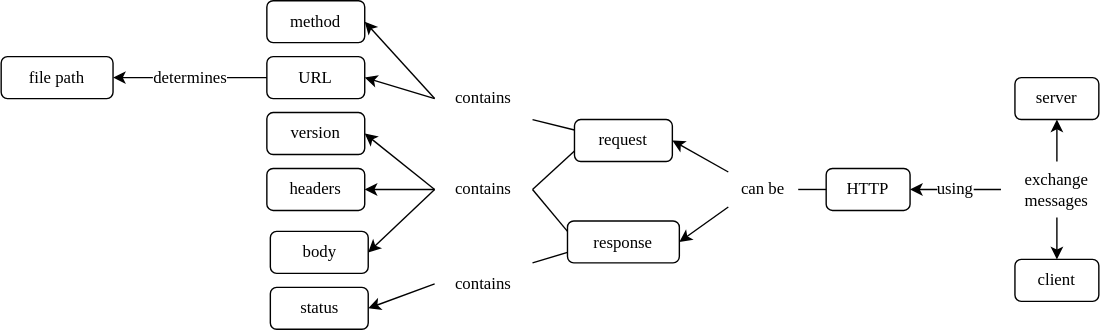
Above: src/http/concept_map.svg in gvwilson/sdxpy (draw.io), before the change. Source tidied: cells renumbered, new cells last; positions are measured from the earlier drawing's top-left corner, leaving out a move shared by most shapes. Source of this version:
```xml
<mxGraphModel>
  <root>
    <mxCell id="0" />
    <mxCell id="1" parent="0" />
    <mxCell id="2" value="client" style="text;html=1;strokeColor=default;fillColor=none;align=center;verticalAlign=middle;whiteSpace=wrap;rounded=1;hachureGap=4;fontFamily=Verdana;fontSize=12;" parent="1" vertex="1">
      <mxGeometry x="725" y="185" width="60" height="30" as="geometry" />
    </mxCell>
    <mxCell id="3" value="server" style="text;html=1;strokeColor=default;fillColor=none;align=center;verticalAlign=middle;whiteSpace=wrap;rounded=1;hachureGap=4;fontFamily=Verdana;fontSize=12;" parent="1" vertex="1">
      <mxGeometry x="725" y="55" width="60" height="30" as="geometry" />
    </mxCell>
    <mxCell id="4" value="HTTP" style="text;html=1;strokeColor=default;fillColor=none;align=center;verticalAlign=middle;whiteSpace=wrap;rounded=1;hachureGap=4;fontFamily=Verdana;fontSize=12;" parent="1" vertex="1">
      <mxGeometry x="590" y="120" width="60" height="30" as="geometry" />
    </mxCell>
    <mxCell id="5" value="request" style="text;html=1;strokeColor=default;fillColor=none;align=center;verticalAlign=middle;whiteSpace=wrap;rounded=1;hachureGap=4;fontFamily=Verdana;fontSize=12;" parent="1" vertex="1">
      <mxGeometry x="410" y="85" width="70" height="30" as="geometry" />
    </mxCell>
    <mxCell id="6" value="response" style="text;html=1;strokeColor=default;fillColor=none;align=center;verticalAlign=middle;whiteSpace=wrap;rounded=1;hachureGap=4;fontFamily=Verdana;fontSize=12;" parent="1" vertex="1">
      <mxGeometry x="405" y="157.5" width="80" height="30" as="geometry" />
    </mxCell>
    <mxCell id="7" value="method" style="text;html=1;strokeColor=default;fillColor=none;align=center;verticalAlign=middle;whiteSpace=wrap;rounded=1;hachureGap=4;fontFamily=Verdana;fontSize=12;" parent="1" vertex="1">
      <mxGeometry x="190" width="70" height="30" as="geometry" />
    </mxCell>
    <mxCell id="8" value="URL" style="text;html=1;strokeColor=default;fillColor=none;align=center;verticalAlign=middle;whiteSpace=wrap;rounded=1;hachureGap=4;fontFamily=Verdana;fontSize=12;" parent="1" vertex="1">
      <mxGeometry x="190" y="40" width="70" height="30" as="geometry" />
    </mxCell>
    <mxCell id="9" value="version" style="text;html=1;strokeColor=default;fillColor=none;align=center;verticalAlign=middle;whiteSpace=wrap;rounded=1;hachureGap=4;fontFamily=Verdana;fontSize=12;" parent="1" vertex="1">
      <mxGeometry x="190" y="80" width="70" height="30" as="geometry" />
    </mxCell>
    <mxCell id="10" value="headers" style="text;html=1;strokeColor=default;fillColor=none;align=center;verticalAlign=middle;whiteSpace=wrap;rounded=1;hachureGap=4;fontFamily=Verdana;fontSize=12;" parent="1" vertex="1">
      <mxGeometry x="190" y="120" width="70" height="30" as="geometry" />
    </mxCell>
    <mxCell id="11" value="body" style="text;html=1;strokeColor=default;fillColor=none;align=center;verticalAlign=middle;whiteSpace=wrap;rounded=1;hachureGap=4;fontFamily=Verdana;fontSize=12;" parent="1" vertex="1">
      <mxGeometry x="192.5" y="165" width="70" height="30" as="geometry" />
    </mxCell>
    <mxCell id="12" value="status" style="text;html=1;strokeColor=default;fillColor=none;align=center;verticalAlign=middle;whiteSpace=wrap;rounded=1;hachureGap=4;fontFamily=Verdana;fontSize=12;" parent="1" vertex="1">
      <mxGeometry x="192.5" y="205" width="70" height="30" as="geometry" />
    </mxCell>
    <mxCell id="13" value="file path" style="text;html=1;strokeColor=default;fillColor=none;align=center;verticalAlign=middle;whiteSpace=wrap;rounded=1;hachureGap=4;fontFamily=Verdana;fontSize=12;" parent="1" vertex="1">
      <mxGeometry y="40" width="80" height="30" as="geometry" />
    </mxCell>
    <mxCell id="14" value="exchange&lt;br style=&quot;font-size: 12px;&quot;&gt;messages" style="text;html=1;strokeColor=none;fillColor=none;align=center;verticalAlign=middle;whiteSpace=wrap;rounded=0;hachureGap=4;fontFamily=Verdana;fontSize=12;" parent="1" vertex="1">
      <mxGeometry x="715" y="115" width="80" height="40" as="geometry" />
    </mxCell>
    <mxCell id="15" value="can be" style="text;html=1;strokeColor=none;fillColor=none;align=center;verticalAlign=middle;whiteSpace=wrap;rounded=0;hachureGap=4;fontFamily=Verdana;fontSize=12;" parent="1" vertex="1">
      <mxGeometry x="520" y="122.5" width="50" height="25" as="geometry" />
    </mxCell>
    <mxCell id="16" style="endArrow=none;html=1;rounded=0;hachureGap=4;fontFamily=Verdana;fontSize=12;startSize=14;endSize=14;sourcePerimeterSpacing=8;targetPerimeterSpacing=8;curved=1;entryX=0;entryY=0.5;entryDx=0;entryDy=0;exitX=1;exitY=0.5;exitDx=0;exitDy=0;" parent="1" edge="1" source="15" target="4">
      <mxGeometry relative="1" as="geometry" />
    </mxCell>
    <mxCell id="17" value="contains" style="text;html=1;strokeColor=none;fillColor=none;align=center;verticalAlign=middle;whiteSpace=wrap;rounded=0;hachureGap=4;fontFamily=Verdana;fontSize=12;" parent="1" vertex="1">
      <mxGeometry x="310" y="55" width="70" height="30" as="geometry" />
    </mxCell>
    <mxCell id="18" value="contains" style="text;html=1;strokeColor=none;fillColor=none;align=center;verticalAlign=middle;whiteSpace=wrap;rounded=0;hachureGap=4;fontFamily=Verdana;fontSize=12;" parent="1" vertex="1">
      <mxGeometry x="310" y="187.5" width="70" height="30" as="geometry" />
    </mxCell>
    <mxCell id="19" style="endArrow=none;html=1;rounded=0;hachureGap=4;fontFamily=Verdana;fontSize=12;startSize=14;endSize=14;sourcePerimeterSpacing=8;targetPerimeterSpacing=8;curved=1;exitX=1;exitY=1;exitDx=0;exitDy=0;entryX=0;entryY=0.25;entryDx=0;entryDy=0;" parent="1" edge="1" source="17" target="5">
      <mxGeometry relative="1" as="geometry" />
    </mxCell>
    <mxCell id="20" style="endArrow=none;html=1;rounded=0;hachureGap=4;fontFamily=Verdana;fontSize=12;startSize=14;endSize=14;sourcePerimeterSpacing=8;targetPerimeterSpacing=8;curved=1;exitX=1;exitY=0;exitDx=0;exitDy=0;entryX=0;entryY=0.75;entryDx=0;entryDy=0;" parent="1" edge="1" source="18" target="6">
      <mxGeometry relative="1" as="geometry" />
    </mxCell>
    <mxCell id="21" style="endArrow=classic;html=1;rounded=1;hachureGap=4;fontFamily=Verdana;fontSize=12;startSize=6;endSize=6;sourcePerimeterSpacing=0;targetPerimeterSpacing=0;exitX=0;exitY=0.5;exitDx=0;exitDy=0;entryX=1;entryY=0.5;entryDx=0;entryDy=0;endFill=1;" parent="1" edge="1" source="17" target="7">
      <mxGeometry relative="1" as="geometry" />
    </mxCell>
    <mxCell id="22" style="endArrow=classic;html=1;rounded=1;hachureGap=4;fontFamily=Verdana;fontSize=12;startSize=6;endSize=6;sourcePerimeterSpacing=0;targetPerimeterSpacing=0;entryX=1;entryY=0.5;entryDx=0;entryDy=0;exitX=0;exitY=0.5;exitDx=0;exitDy=0;" parent="1" edge="1" source="17" target="8">
      <mxGeometry relative="1" as="geometry" />
    </mxCell>
    <mxCell id="23" style="endArrow=classic;html=1;rounded=1;hachureGap=4;fontFamily=Verdana;fontSize=12;startSize=6;endSize=6;sourcePerimeterSpacing=0;targetPerimeterSpacing=0;entryX=1;entryY=0.5;entryDx=0;entryDy=0;exitX=0;exitY=0.5;exitDx=0;exitDy=0;" parent="1" edge="1" source="33" target="9">
      <mxGeometry relative="1" as="geometry" />
    </mxCell>
    <mxCell id="24" style="endArrow=classic;html=1;rounded=1;hachureGap=4;fontFamily=Verdana;fontSize=12;startSize=6;endSize=6;sourcePerimeterSpacing=0;targetPerimeterSpacing=0;entryX=1;entryY=0.5;entryDx=0;entryDy=0;exitX=0;exitY=0.5;exitDx=0;exitDy=0;" parent="1" edge="1" source="33" target="10">
      <mxGeometry relative="1" as="geometry" />
    </mxCell>
    <mxCell id="25" style="endArrow=classic;html=1;rounded=1;hachureGap=4;fontFamily=Verdana;fontSize=12;startSize=6;endSize=6;sourcePerimeterSpacing=0;targetPerimeterSpacing=0;entryX=1;entryY=0.5;entryDx=0;entryDy=0;exitX=0;exitY=0.5;exitDx=0;exitDy=0;" parent="1" edge="1" source="33" target="11">
      <mxGeometry relative="1" as="geometry" />
    </mxCell>
    <mxCell id="26" style="endArrow=classic;html=1;rounded=1;hachureGap=4;fontFamily=Verdana;fontSize=12;startSize=6;endSize=6;sourcePerimeterSpacing=0;targetPerimeterSpacing=0;entryX=1;entryY=0.5;entryDx=0;entryDy=0;exitX=0;exitY=0.5;exitDx=0;exitDy=0;" parent="1" edge="1" source="18" target="12">
      <mxGeometry relative="1" as="geometry" />
    </mxCell>
    <mxCell id="27" value="determines" style="endArrow=classic;html=1;rounded=1;hachureGap=4;fontFamily=Verdana;fontSize=12;startSize=6;endSize=6;sourcePerimeterSpacing=0;targetPerimeterSpacing=0;entryX=1;entryY=0.5;entryDx=0;entryDy=0;exitX=0;exitY=0.5;exitDx=0;exitDy=0;" parent="1" edge="1" source="8" target="13">
      <mxGeometry relative="1" as="geometry" />
    </mxCell>
    <mxCell id="28" style="endArrow=classic;html=1;rounded=0;sketch=0;fontFamily=Verdana;fontSize=12;entryX=0.5;entryY=0;entryDx=0;entryDy=0;exitX=0.5;exitY=1;exitDx=0;exitDy=0;endFill=1;" parent="1" edge="1" source="14" target="2">
      <mxGeometry relative="1" as="geometry" />
    </mxCell>
    <mxCell id="29" style="endArrow=classic;html=1;rounded=0;sketch=0;fontFamily=Verdana;fontSize=12;entryX=0.5;entryY=1;entryDx=0;entryDy=0;exitX=0.5;exitY=0;exitDx=0;exitDy=0;" parent="1" edge="1" source="14" target="3">
      <mxGeometry relative="1" as="geometry" />
    </mxCell>
    <mxCell id="30" value="using" style="endArrow=classic;html=1;rounded=0;sketch=0;fontFamily=Verdana;fontSize=12;entryX=1;entryY=0.5;entryDx=0;entryDy=0;exitX=0;exitY=0.5;exitDx=0;exitDy=0;" parent="1" edge="1" source="14" target="4">
      <mxGeometry relative="1" as="geometry" />
    </mxCell>
    <mxCell id="31" style="endArrow=classic;html=1;rounded=0;sketch=0;fontFamily=Verdana;fontSize=12;exitX=0;exitY=1;exitDx=0;exitDy=0;entryX=1;entryY=0.5;entryDx=0;entryDy=0;" parent="1" edge="1" source="15" target="6">
      <mxGeometry relative="1" as="geometry" />
    </mxCell>
    <mxCell id="32" style="endArrow=classic;html=1;rounded=0;sketch=0;fontFamily=Verdana;fontSize=12;entryX=1;entryY=0.5;entryDx=0;entryDy=0;exitX=0;exitY=0;exitDx=0;exitDy=0;" parent="1" edge="1" source="15" target="5">
      <mxGeometry relative="1" as="geometry" />
    </mxCell>
    <mxCell id="33" value="contains" style="text;html=1;strokeColor=none;fillColor=none;align=center;verticalAlign=middle;whiteSpace=wrap;rounded=0;hachureGap=4;fontFamily=Verdana;fontSize=12;" parent="1" vertex="1">
      <mxGeometry x="310" y="120" width="70" height="30" as="geometry" />
    </mxCell>
    <mxCell id="34" style="endArrow=none;html=1;rounded=0;sketch=0;fontFamily=Verdana;fontSize=12;startSize=6;endSize=6;sourcePerimeterSpacing=0;targetPerimeterSpacing=0;exitX=1;exitY=0.5;exitDx=0;exitDy=0;entryX=0;entryY=0.75;entryDx=0;entryDy=0;" parent="1" edge="1" source="33" target="5">
      <mxGeometry relative="1" as="geometry" />
    </mxCell>
    <mxCell id="35" style="endArrow=none;html=1;rounded=0;sketch=0;fontFamily=Verdana;fontSize=12;startSize=6;endSize=6;sourcePerimeterSpacing=0;targetPerimeterSpacing=0;entryX=0;entryY=0.25;entryDx=0;entryDy=0;exitX=1;exitY=0.5;exitDx=0;exitDy=0;" parent="1" edge="1" source="33" target="6">
      <mxGeometry relative="1" as="geometry" />
    </mxCell>
  </root>
</mxGraphModel>
```
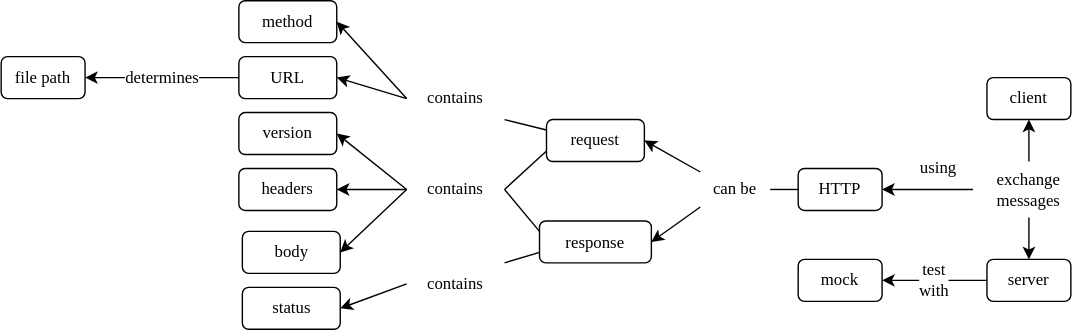
After the commit.

The edit, as a diff of the source:
```diff
@@ -2,10 +2,10 @@
   <root>
     <mxCell id="0" />
     <mxCell id="1" parent="0" />
-    <mxCell id="2" value="client" style="text;html=1;strokeColor=default;fillColor=none;align=center;verticalAlign=middle;whiteSpace=wrap;rounded=1;hachureGap=4;fontFamily=Verdana;fontSize=12;" parent="1" vertex="1">
+    <mxCell id="2" value="server" style="text;html=1;strokeColor=default;fillColor=none;align=center;verticalAlign=middle;whiteSpace=wrap;rounded=1;hachureGap=4;fontFamily=Verdana;fontSize=12;" parent="1" vertex="1">
       <mxGeometry x="725" y="185" width="60" height="30" as="geometry" />
     </mxCell>
-    <mxCell id="3" value="server" style="text;html=1;strokeColor=default;fillColor=none;align=center;verticalAlign=middle;whiteSpace=wrap;rounded=1;hachureGap=4;fontFamily=Verdana;fontSize=12;" parent="1" vertex="1">
+    <mxCell id="3" value="client" style="text;html=1;strokeColor=default;fillColor=none;align=center;verticalAlign=middle;whiteSpace=wrap;rounded=1;hachureGap=4;fontFamily=Verdana;fontSize=12;" parent="1" vertex="1">
       <mxGeometry x="725" y="55" width="60" height="30" as="geometry" />
     </mxCell>
     <mxCell id="4" value="HTTP" style="text;html=1;strokeColor=default;fillColor=none;align=center;verticalAlign=middle;whiteSpace=wrap;rounded=1;hachureGap=4;fontFamily=Verdana;fontSize=12;" parent="1" vertex="1">
@@ -36,7 +36,7 @@
       <mxGeometry x="192.5" y="205" width="70" height="30" as="geometry" />
     </mxCell>
     <mxCell id="13" value="file path" style="text;html=1;strokeColor=default;fillColor=none;align=center;verticalAlign=middle;whiteSpace=wrap;rounded=1;hachureGap=4;fontFamily=Verdana;fontSize=12;" parent="1" vertex="1">
-      <mxGeometry y="40" width="80" height="30" as="geometry" />
+      <mxGeometry x="20" y="40" width="60" height="30" as="geometry" />
     </mxCell>
     <mxCell id="14" value="exchange&lt;br style=&quot;font-size: 12px;&quot;&gt;messages" style="text;html=1;strokeColor=none;fillColor=none;align=center;verticalAlign=middle;whiteSpace=wrap;rounded=0;hachureGap=4;fontFamily=Verdana;fontSize=12;" parent="1" vertex="1">
       <mxGeometry x="715" y="115" width="80" height="40" as="geometry" />
@@ -87,7 +87,7 @@
       <mxGeometry relative="1" as="geometry" />
     </mxCell>
     <mxCell id="30" value="using" style="endArrow=classic;html=1;rounded=0;sketch=0;fontFamily=Verdana;fontSize=12;entryX=1;entryY=0.5;entryDx=0;entryDy=0;exitX=0;exitY=0.5;exitDx=0;exitDy=0;" parent="1" edge="1" source="14" target="4">
-      <mxGeometry relative="1" as="geometry" />
+      <mxGeometry x="-0.23" y="-15" relative="1" as="geometry" />
     </mxCell>
     <mxCell id="31" style="endArrow=classic;html=1;rounded=0;sketch=0;fontFamily=Verdana;fontSize=12;exitX=0;exitY=1;exitDx=0;exitDy=0;entryX=1;entryY=0.5;entryDx=0;entryDy=0;" parent="1" edge="1" source="15" target="6">
       <mxGeometry relative="1" as="geometry" />
@@ -104,5 +104,11 @@
     <mxCell id="35" style="endArrow=none;html=1;rounded=0;sketch=0;fontFamily=Verdana;fontSize=12;startSize=6;endSize=6;sourcePerimeterSpacing=0;targetPerimeterSpacing=0;entryX=0;entryY=0.25;entryDx=0;entryDy=0;exitX=1;exitY=0.5;exitDx=0;exitDy=0;" parent="1" edge="1" source="33" target="6">
       <mxGeometry relative="1" as="geometry" />
     </mxCell>
+    <mxCell id="36" value="mock" style="text;html=1;strokeColor=default;fillColor=none;align=center;verticalAlign=middle;whiteSpace=wrap;rounded=1;hachureGap=4;fontFamily=Verdana;fontSize=12;" parent="1" vertex="1">
+      <mxGeometry x="590" y="185" width="60" height="30" as="geometry" />
+    </mxCell>
+    <mxCell id="37" value="&lt;font style=&quot;font-size: 12px&quot; face=&quot;Verdana&quot;&gt;test&lt;br&gt;with&lt;/font&gt;" style="endArrow=classic;html=1;rounded=0;entryX=1;entryY=0.5;entryDx=0;entryDy=0;exitX=0;exitY=0.5;exitDx=0;exitDy=0;" parent="1" edge="1" source="2" target="36">
+      <mxGeometry relative="1" as="geometry" />
+    </mxCell>
   </root>
 </mxGraphModel>
```
